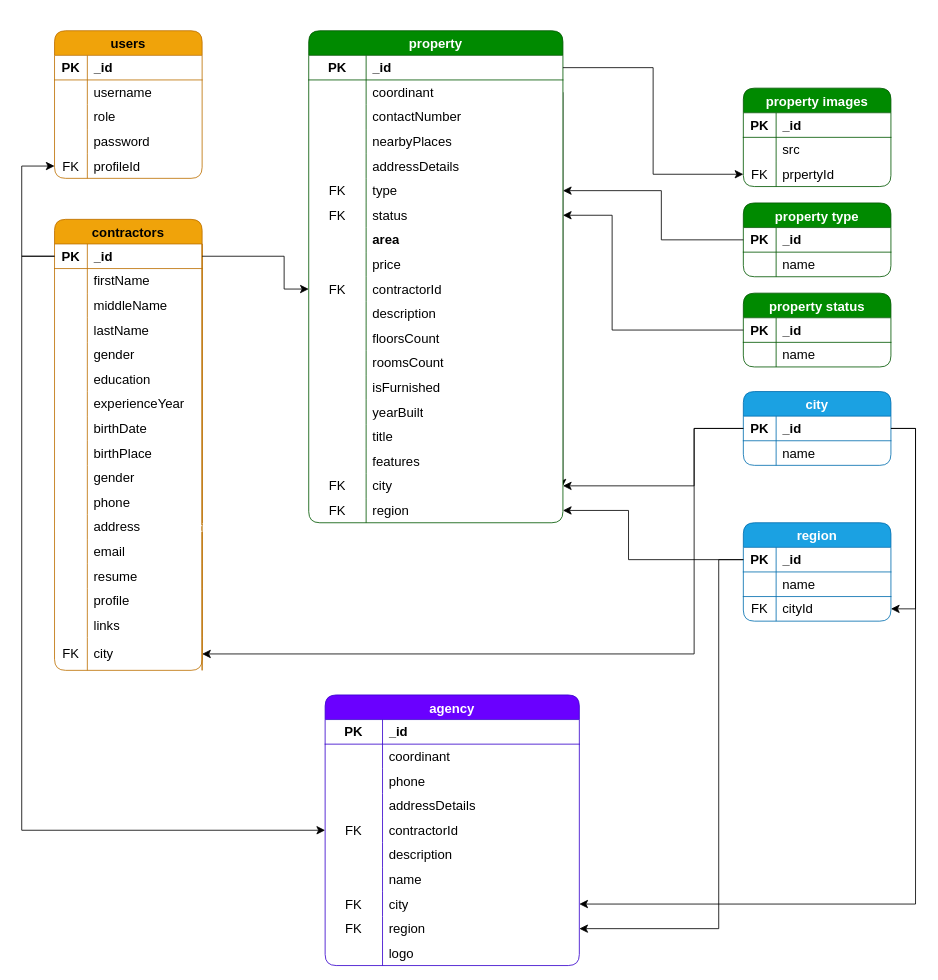
Earlier version of the draw.io diagram ERDS.dio (diyar-direk/real-state-apis). Source tidied: cells renumbered, new cells numbered last; positions are measured from the earlier drawing's top-left corner, leaving out a move shared by most shapes. Both pictures are drawn from the tidied source at 82%, with x=0, y=0 at pixel (21, 30).
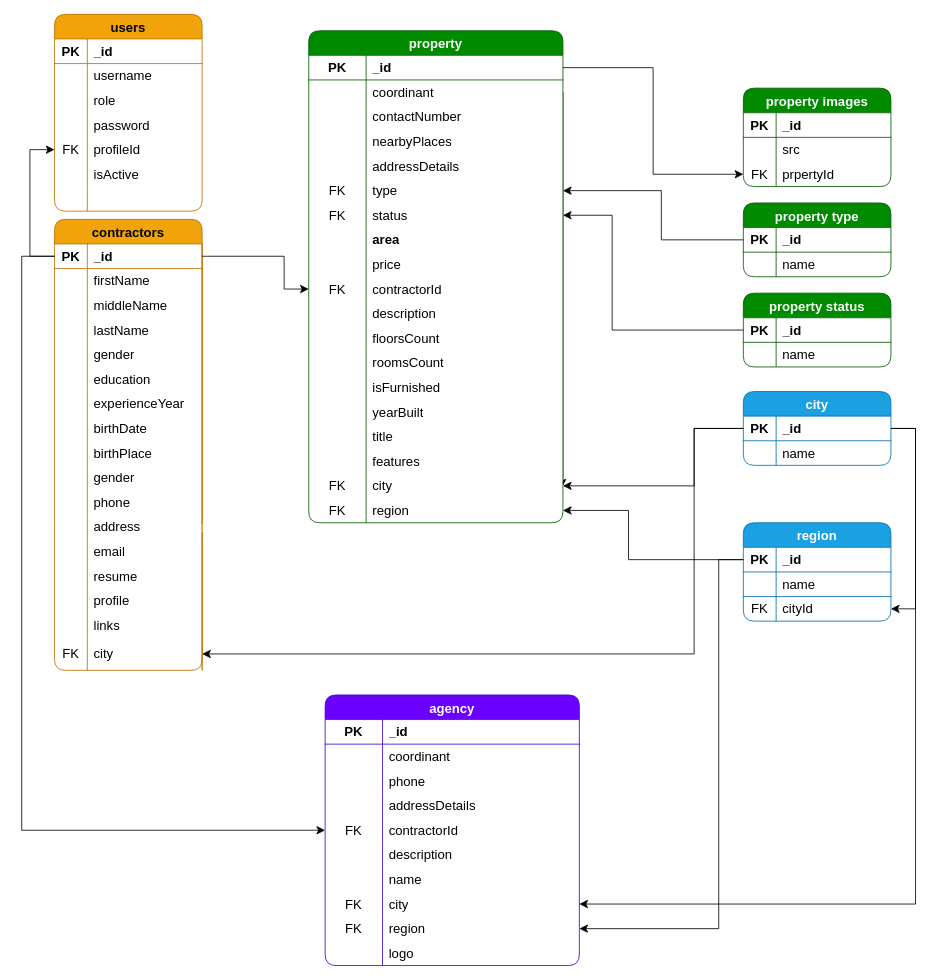
After the change.

Unchanged cells that the change refers to:
```xml
<mxCell id="15" style="shape=tableRow;horizontal=0;startSize=0;swimlaneHead=0;swimlaneBody=0;top=0;left=0;bottom=0;right=0;fillColor=none;points=[[0,0.5],[1,0.5]];portConstraint=eastwest;strokeColor=inherit;fontSize=16;" parent="2" vertex="1">
  <mxGeometry y="150" width="180" height="30" as="geometry" />
</mxCell>
<mxCell id="96" style="shape=tableRow;horizontal=0;startSize=0;swimlaneHead=0;swimlaneBody=0;top=0;left=0;bottom=1;right=0;fillColor=none;points=[[0,0.5],[1,0.5]];portConstraint=eastwest;strokeColor=inherit;fontSize=16;absoluteArcSize=0;noLabel=0;" parent="95" vertex="1">
  <mxGeometry y="30" width="180" height="30" as="geometry" />
</mxCell>
```

Diff of the diagram source:
```diff
@@
     <mxCell id="2" value="users" style="shape=table;startSize=30;childLayout=tableLayout;rowLines=0;fontStyle=1;strokeColor=#BD7000;fontSize=16;fillColor=#f0a30a;swimlaneFillColor=default;rounded=1;swimlaneLine=1;shadow=0;columnLines=1;arcSize=15;fontColor=default;" parent="1" vertex="1">
-      <mxGeometry x="40" width="180" height="180" as="geometry" />
+      <mxGeometry x="40" y="-20" width="180" height="240" as="geometry" />
     </mxCell>
@@
+    <mxCell id="225" style="shape=tableRow;horizontal=0;startSize=0;swimlaneHead=0;swimlaneBody=0;top=0;left=0;bottom=0;right=0;fillColor=none;strokeColor=inherit;fontSize=16;" parent="2" vertex="1">
+      <mxGeometry y="180" width="180" height="30" as="geometry" />
+    </mxCell>
+    <mxCell id="226" style="shape=partialRectangle;html=1;whiteSpace=wrap;fillColor=none;top=0;left=0;bottom=0;right=0;overflow=hidden;strokeColor=inherit;fontSize=16;" parent="225" vertex="1">
+      <mxGeometry width="40" height="30" as="geometry" />
+    </mxCell>
+    <mxCell id="227" value="isActive" style="shape=partialRectangle;html=1;whiteSpace=wrap;fillColor=none;top=0;left=0;bottom=0;right=0;align=left;spacingLeft=6;overflow=hidden;strokeColor=inherit;fontSize=16;labelBackgroundColor=none;labelBorderColor=none;textShadow=0;fontStyle=0;" parent="225" vertex="1">
+      <mxGeometry x="40" width="140" height="30" as="geometry" />
+    </mxCell>
+    <mxCell id="228" style="shape=tableRow;horizontal=0;startSize=0;swimlaneHead=0;swimlaneBody=0;top=0;left=0;bottom=0;right=0;fillColor=none;strokeColor=inherit;fontSize=16;" parent="2" vertex="1">
+      <mxGeometry y="210" width="180" height="30" as="geometry" />
+    </mxCell>
+    <mxCell id="229" style="shape=partialRectangle;html=1;whiteSpace=wrap;fillColor=none;top=0;left=0;bottom=0;right=0;overflow=hidden;strokeColor=inherit;fontSize=16;" parent="228" vertex="1">
+      <mxGeometry width="40" height="30" as="geometry" />
+    </mxCell>
+    <mxCell id="230" style="shape=partialRectangle;html=1;whiteSpace=wrap;fillColor=none;top=0;left=0;bottom=0;right=0;align=left;spacingLeft=6;overflow=hidden;strokeColor=inherit;fontSize=16;labelBackgroundColor=none;labelBorderColor=none;textShadow=0;fontStyle=0;" parent="228" vertex="1">
+      <mxGeometry x="40" width="140" height="30" as="geometry" />
+    </mxCell>
@@
     <mxCell id="159" style="edgeStyle=segmentEdgeStyle;endArrow=classic;html=1;curved=0;rounded=0;endSize=8;startSize=8;exitX=0;exitY=0.5;exitDx=0;exitDy=0;entryX=0;entryY=0.5;entryDx=0;entryDy=0;" parent="1" edge="1" source="96" target="15">
       <mxGeometry relative="1" as="geometry">
         <Array as="points">
-          <mxPoint y="275" />
-          <mxPoint y="165" />
+          <mxPoint x="10" y="275" />
+          <mxPoint x="10" y="145" />
         </Array>
       </mxGeometry>
     </mxCell>
```
